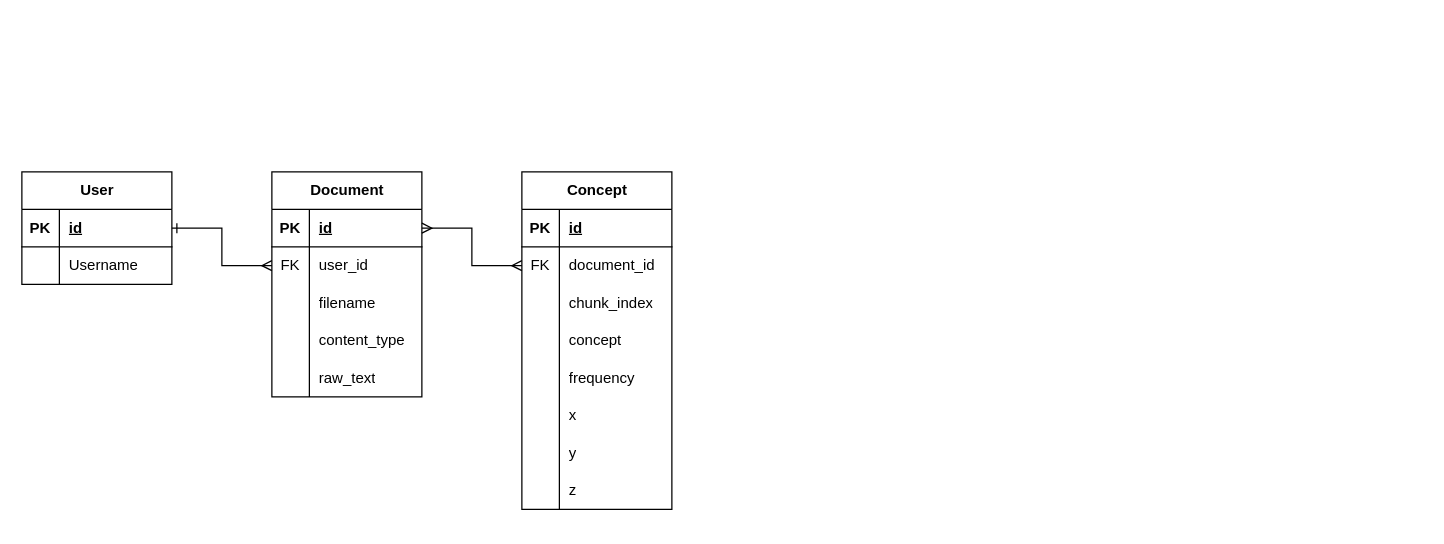
Earlier version of the draw.io diagram misc/Database Diagram.drawio (gerardlke/Project-Onion). Source tidied: cells renumbered, new cells numbered last; positions are measured from the earlier drawing's top-left corner, leaving out a move shared by most shapes. Both pictures are drawn from the tidied source at 125%, with x=0, y=0 at pixel (21, 171).
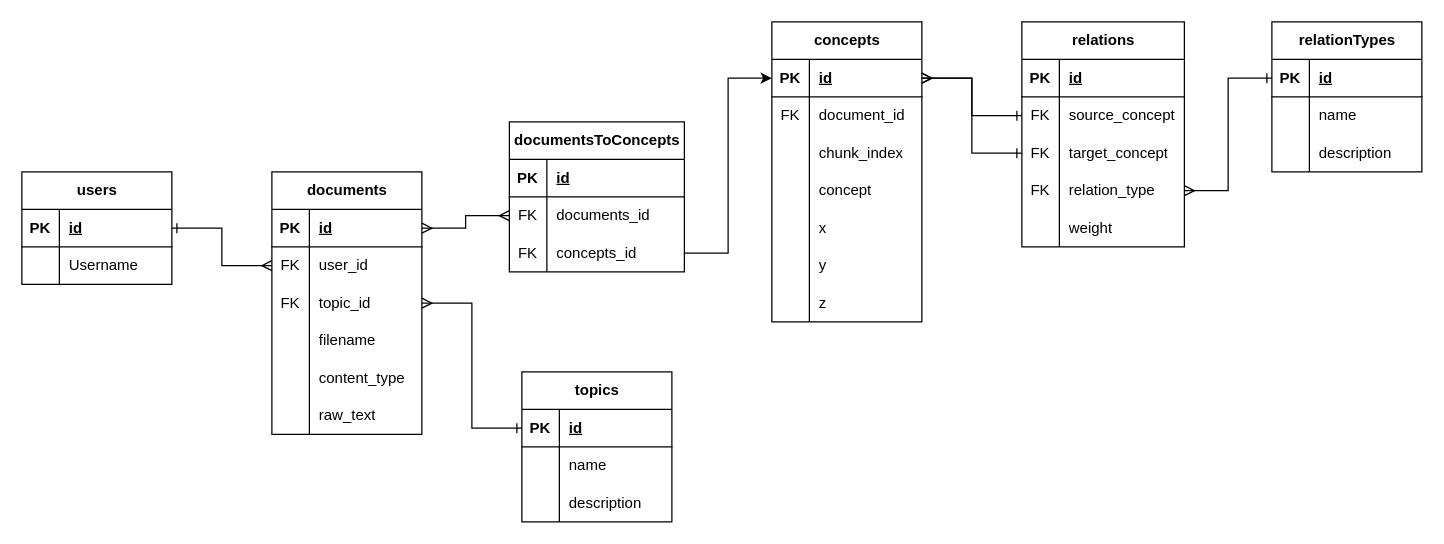
After the change.

Commit message (it also covers changes not shown here):
updated database schema to support concept relationships and improve table relationships

Unchanged cells that the change refers to:
```xml
<mxCell id="10" style="shape=tableRow;horizontal=0;startSize=0;swimlaneHead=0;swimlaneBody=0;fillColor=none;points=[[0,0.5],[1,0.5]];portConstraint=eastwest;top=0;left=0;right=0;bottom=1;" parent="9" vertex="1">
  <mxGeometry y="30" width="120" height="30" as="geometry" />
</mxCell>
<mxCell id="26" style="shape=tableRow;horizontal=0;startSize=0;swimlaneHead=0;swimlaneBody=0;fillColor=none;points=[[0,0.5],[1,0.5]];portConstraint=eastwest;top=0;left=0;right=0;bottom=1;" parent="25" vertex="1">
  <mxGeometry y="30" width="120" height="30" as="geometry" />
</mxCell>
<mxCell id="29" style="shape=tableRow;horizontal=0;startSize=0;swimlaneHead=0;swimlaneBody=0;fillColor=none;points=[[0,0.5],[1,0.5]];portConstraint=eastwest;top=0;left=0;right=0;bottom=0;" parent="25" vertex="1">
  <mxGeometry y="60" width="120" height="30" as="geometry" />
</mxCell>
```

The edit, as a diff of the source:
```diff
@@
-    <mxCell id="2" value="User" style="shape=table;startSize=30;childLayout=tableLayout;rowLines=0;fontStyle=1;align=center;html=1;" parent="1" vertex="1">
+    <mxCell id="2" value="users" style="shape=table;startSize=30;childLayout=tableLayout;rowLines=0;fontStyle=1;align=center;html=1;" parent="1" vertex="1">
       <mxGeometry width="120" height="90" as="geometry" />
     </mxCell>
@@
+    <mxCell id="52" style="edgeStyle=orthogonalEdgeStyle;rounded=0;jettySize=auto;html=1;exitX=1;exitY=0.5;exitDx=0;exitDy=0;entryX=0;entryY=0.5;entryDx=0;entryDy=0;startArrow=ERmany;startFill=0;endArrow=ERone;endFill=0;" parent="1" edge="1" source="9" target="86">
+      <mxGeometry relative="1" as="geometry" />
+    </mxCell>
-    <mxCell id="9" value="Document" style="shape=table;startSize=30;childLayout=tableLayout;rowLines=0;fontStyle=1;align=center;html=1;" parent="1" vertex="1">
-      <mxGeometry x="200" width="120" height="180" as="geometry" />
+    <mxCell id="9" value="documents" style="shape=table;startSize=30;childLayout=tableLayout;rowLines=0;fontStyle=1;align=center;html=1;" parent="1" vertex="1">
+      <mxGeometry x="200" width="120" height="210" as="geometry" />
     </mxCell>
@@
+    <mxCell id="53" style="shape=tableRow;horizontal=0;startSize=0;swimlaneHead=0;swimlaneBody=0;fillColor=none;top=0;left=0;right=0;bottom=0;" parent="9" vertex="1">
+      <mxGeometry y="90" width="120" height="30" as="geometry" />
+    </mxCell>
+    <mxCell id="54" value="FK" style="shape=partialRectangle;fillColor=none;top=0;left=0;bottom=0;right=0;overflow=hidden;whiteSpace=wrap;html=1;" parent="53" vertex="1">
+      <mxGeometry width="30" height="30" as="geometry" />
+    </mxCell>
+    <mxCell id="55" value="topic_id" style="shape=partialRectangle;fillColor=none;top=0;left=0;bottom=0;right=0;align=left;spacingLeft=6;overflow=hidden;whiteSpace=wrap;html=1;" parent="53" vertex="1">
+      <mxGeometry x="30" width="90" height="30" as="geometry" />
+    </mxCell>
     <mxCell id="16" style="shape=tableRow;horizontal=0;startSize=0;swimlaneHead=0;swimlaneBody=0;fillColor=none;top=0;left=0;right=0;bottom=0;" parent="9" vertex="1">
-      <mxGeometry y="90" width="120" height="30" as="geometry" />
+      <mxGeometry y="120" width="120" height="30" as="geometry" />
     </mxCell>
@@
     <mxCell id="19" style="shape=tableRow;horizontal=0;startSize=0;swimlaneHead=0;swimlaneBody=0;fillColor=none;top=0;left=0;right=0;bottom=0;" parent="9" vertex="1">
-      <mxGeometry y="120" width="120" height="30" as="geometry" />
+      <mxGeometry y="150" width="120" height="30" as="geometry" />
     </mxCell>
@@
     <mxCell id="22" style="shape=tableRow;horizontal=0;startSize=0;swimlaneHead=0;swimlaneBody=0;fillColor=none;top=0;left=0;right=0;bottom=0;" parent="9" vertex="1">
-      <mxGeometry y="150" width="120" height="30" as="geometry" />
+      <mxGeometry y="180" width="120" height="30" as="geometry" />
     </mxCell>
@@
-    <mxCell id="25" value="Concept" style="shape=table;startSize=30;childLayout=tableLayout;rowLines=0;fontStyle=1;align=center;html=1;" parent="1" vertex="1">
-      <mxGeometry x="400" width="120" height="270" as="geometry" />
+    <mxCell id="25" value="concepts" style="shape=table;startSize=30;childLayout=tableLayout;rowLines=0;fontStyle=1;align=center;html=1;" parent="1" vertex="1">
+      <mxGeometry x="600" y="-120" width="120" height="240" as="geometry" />
     </mxCell>
@@
-    <mxCell id="38" style="shape=tableRow;horizontal=0;startSize=0;swimlaneHead=0;swimlaneBody=0;fillColor=none;top=0;left=0;right=0;bottom=0;" parent="25" vertex="1">
-      <mxGeometry y="150" width="120" height="30" as="geometry" />
-    </mxCell>
-    <mxCell id="39" style="shape=partialRectangle;fillColor=none;top=0;left=0;bottom=0;right=0;overflow=hidden;whiteSpace=wrap;html=1;" parent="38" vertex="1">
-      <mxGeometry width="30" height="30" as="geometry" />
-    </mxCell>
-    <mxCell id="40" value="frequency" style="shape=partialRectangle;fillColor=none;top=0;left=0;bottom=0;right=0;align=left;spacingLeft=6;overflow=hidden;whiteSpace=wrap;html=1;" parent="38" vertex="1">
-      <mxGeometry x="30" width="90" height="30" as="geometry" />
-    </mxCell>
     <mxCell id="41" style="shape=tableRow;horizontal=0;startSize=0;swimlaneHead=0;swimlaneBody=0;fillColor=none;top=0;left=0;right=0;bottom=0;" parent="25" vertex="1">
-      <mxGeometry y="180" width="120" height="30" as="geometry" />
+      <mxGeometry y="150" width="120" height="30" as="geometry" />
     </mxCell>
@@
     <mxCell id="44" style="shape=tableRow;horizontal=0;startSize=0;swimlaneHead=0;swimlaneBody=0;fillColor=none;top=0;left=0;right=0;bottom=0;" parent="25" vertex="1">
-      <mxGeometry y="210" width="120" height="30" as="geometry" />
+      <mxGeometry y="180" width="120" height="30" as="geometry" />
     </mxCell>
@@
     <mxCell id="47" style="shape=tableRow;horizontal=0;startSize=0;swimlaneHead=0;swimlaneBody=0;fillColor=none;top=0;left=0;right=0;bottom=0;" parent="25" vertex="1">
-      <mxGeometry y="240" width="120" height="30" as="geometry" />
+      <mxGeometry y="210" width="120" height="30" as="geometry" />
     </mxCell>
@@
-    <mxCell id="51" style="edgeStyle=orthogonalEdgeStyle;rounded=0;jettySize=auto;html=1;exitX=1;exitY=0.5;exitDx=0;exitDy=0;startArrow=ERmany;startFill=0;endArrow=ERmany;endFill=0;entryX=0;entryY=0.5;entryDx=0;entryDy=0;" parent="1" edge="1" source="10" target="29">
+    <mxCell id="51" style="edgeStyle=orthogonalEdgeStyle;rounded=0;jettySize=auto;html=1;exitX=1;exitY=0.5;exitDx=0;exitDy=0;startArrow=ERmany;startFill=0;endArrow=ERmany;endFill=0;entryX=0;entryY=0.5;entryDx=0;entryDy=0;" parent="1" edge="1" source="10" target="99">
       <mxGeometry relative="1" as="geometry" />
     </mxCell>
+    <mxCell id="56" value="relations" style="shape=table;startSize=30;childLayout=tableLayout;rowLines=0;fontStyle=1;align=center;html=1;" parent="1" vertex="1">
+      <mxGeometry x="800" y="-120" width="130" height="180" as="geometry" />
+    </mxCell>
+    <mxCell id="57" style="shape=tableRow;horizontal=0;startSize=0;swimlaneHead=0;swimlaneBody=0;fillColor=none;top=0;left=0;right=0;bottom=1;" parent="56" vertex="1">
+      <mxGeometry y="30" width="130" height="30" as="geometry" />
+    </mxCell>
+    <mxCell id="58" value="PK" style="shape=partialRectangle;fillColor=none;top=0;left=0;bottom=0;right=0;fontStyle=1;overflow=hidden;whiteSpace=wrap;html=1;" parent="57" vertex="1">
+      <mxGeometry width="30" height="30" as="geometry" />
+    </mxCell>
+    <mxCell id="59" value="id" style="shape=partialRectangle;fillColor=none;top=0;left=0;bottom=0;right=0;align=left;spacingLeft=6;fontStyle=5;overflow=hidden;whiteSpace=wrap;html=1;" parent="57" vertex="1">
+      <mxGeometry x="30" width="100" height="30" as="geometry" />
+    </mxCell>
+    <mxCell id="60" style="shape=tableRow;horizontal=0;startSize=0;swimlaneHead=0;swimlaneBody=0;fillColor=none;points=[[0,0.5],[1,0.5]];portConstraint=eastwest;top=0;left=0;right=0;bottom=0;" parent="56" vertex="1">
+      <mxGeometry y="60" width="130" height="30" as="geometry" />
+    </mxCell>
+    <mxCell id="61" value="FK" style="shape=partialRectangle;fillColor=none;top=0;left=0;bottom=0;right=0;overflow=hidden;whiteSpace=wrap;html=1;" parent="60" vertex="1">
+      <mxGeometry width="30" height="30" as="geometry" />
+    </mxCell>
+    <mxCell id="62" value="source_concept" style="shape=partialRectangle;fillColor=none;top=0;left=0;bottom=0;right=0;align=left;spacingLeft=6;overflow=hidden;whiteSpace=wrap;html=1;" parent="60" vertex="1">
+      <mxGeometry x="30" width="100" height="30" as="geometry" />
+    </mxCell>
+    <mxCell id="63" style="shape=tableRow;horizontal=0;startSize=0;swimlaneHead=0;swimlaneBody=0;fillColor=none;points=[[0,0.5],[1,0.5]];portConstraint=eastwest;top=0;left=0;right=0;bottom=0;" parent="56" vertex="1">
+      <mxGeometry y="90" width="130" height="30" as="geometry" />
+    </mxCell>
+    <mxCell id="64" value="FK" style="shape=partialRectangle;fillColor=none;top=0;left=0;bottom=0;right=0;overflow=hidden;whiteSpace=wrap;html=1;" parent="63" vertex="1">
+      <mxGeometry width="30" height="30" as="geometry" />
+    </mxCell>
+    <mxCell id="65" value="target_concept" style="shape=partialRectangle;fillColor=none;top=0;left=0;bottom=0;right=0;align=left;spacingLeft=6;overflow=hidden;whiteSpace=wrap;html=1;" parent="63" vertex="1">
+      <mxGeometry x="30" width="100" height="30" as="geometry" />
+    </mxCell>
+    <mxCell id="66" style="shape=tableRow;horizontal=0;startSize=0;swimlaneHead=0;swimlaneBody=0;fillColor=none;points=[[0,0.5],[1,0.5]];portConstraint=eastwest;top=0;left=0;right=0;bottom=0;" parent="56" vertex="1">
+      <mxGeometry y="120" width="130" height="30" as="geometry" />
+    </mxCell>
+    <mxCell id="67" value="FK" style="shape=partialRectangle;fillColor=none;top=0;left=0;bottom=0;right=0;overflow=hidden;whiteSpace=wrap;html=1;" parent="66" vertex="1">
+      <mxGeometry width="30" height="30" as="geometry" />
+    </mxCell>
+    <mxCell id="68" value="relation_type" style="shape=partialRectangle;fillColor=none;top=0;left=0;bottom=0;right=0;align=left;spacingLeft=6;overflow=hidden;whiteSpace=wrap;html=1;" parent="66" vertex="1">
+      <mxGeometry x="30" width="100" height="30" as="geometry" />
+    </mxCell>
+    <mxCell id="69" style="shape=tableRow;horizontal=0;startSize=0;swimlaneHead=0;swimlaneBody=0;fillColor=none;top=0;left=0;right=0;bottom=0;" parent="56" vertex="1">
+      <mxGeometry y="150" width="130" height="30" as="geometry" />
+    </mxCell>
+    <mxCell id="70" style="shape=partialRectangle;fillColor=none;top=0;left=0;bottom=0;right=0;overflow=hidden;whiteSpace=wrap;html=1;" parent="69" vertex="1">
+      <mxGeometry width="30" height="30" as="geometry" />
+    </mxCell>
+    <mxCell id="71" value="weight" style="shape=partialRectangle;fillColor=none;top=0;left=0;bottom=0;right=0;align=left;spacingLeft=6;overflow=hidden;whiteSpace=wrap;html=1;" parent="69" vertex="1">
+      <mxGeometry x="30" width="100" height="30" as="geometry" />
+    </mxCell>
+    <mxCell id="72" value="relationTypes" style="shape=table;startSize=30;childLayout=tableLayout;rowLines=0;fontStyle=1;align=center;html=1;" parent="1" vertex="1">
+      <mxGeometry x="1000" y="-120" width="120" height="120" as="geometry" />
+    </mxCell>
+    <mxCell id="73" style="shape=tableRow;horizontal=0;startSize=0;swimlaneHead=0;swimlaneBody=0;fillColor=none;points=[[0,0.5],[1,0.5]];portConstraint=eastwest;top=0;left=0;right=0;bottom=1;" parent="72" vertex="1">
+      <mxGeometry y="30" width="120" height="30" as="geometry" />
+    </mxCell>
+    <mxCell id="74" value="PK" style="shape=partialRectangle;fillColor=none;top=0;left=0;bottom=0;right=0;fontStyle=1;overflow=hidden;whiteSpace=wrap;html=1;" parent="73" vertex="1">
+      <mxGeometry width="30" height="30" as="geometry" />
+    </mxCell>
+    <mxCell id="75" value="id" style="shape=partialRectangle;fillColor=none;top=0;left=0;bottom=0;right=0;align=left;spacingLeft=6;fontStyle=5;overflow=hidden;whiteSpace=wrap;html=1;" parent="73" vertex="1">
+      <mxGeometry x="30" width="90" height="30" as="geometry" />
+    </mxCell>
+    <mxCell id="76" style="shape=tableRow;horizontal=0;startSize=0;swimlaneHead=0;swimlaneBody=0;fillColor=none;top=0;left=0;right=0;bottom=0;" parent="72" vertex="1">
+      <mxGeometry y="60" width="120" height="30" as="geometry" />
+    </mxCell>
+    <mxCell id="77" style="shape=partialRectangle;fillColor=none;top=0;left=0;bottom=0;right=0;overflow=hidden;whiteSpace=wrap;html=1;" parent="76" vertex="1">
+      <mxGeometry width="30" height="30" as="geometry" />
+    </mxCell>
+    <mxCell id="78" value="name" style="shape=partialRectangle;fillColor=none;top=0;left=0;bottom=0;right=0;align=left;spacingLeft=6;overflow=hidden;whiteSpace=wrap;html=1;" parent="76" vertex="1">
+      <mxGeometry x="30" width="90" height="30" as="geometry" />
+    </mxCell>
+    <mxCell id="79" style="shape=tableRow;horizontal=0;startSize=0;swimlaneHead=0;swimlaneBody=0;fillColor=none;top=0;left=0;right=0;bottom=0;" parent="72" vertex="1">
+      <mxGeometry y="90" width="120" height="30" as="geometry" />
+    </mxCell>
+    <mxCell id="80" style="shape=partialRectangle;fillColor=none;top=0;left=0;bottom=0;right=0;overflow=hidden;whiteSpace=wrap;html=1;" parent="79" vertex="1">
+      <mxGeometry width="30" height="30" as="geometry" />
+    </mxCell>
+    <mxCell id="81" value="description" style="shape=partialRectangle;fillColor=none;top=0;left=0;bottom=0;right=0;align=left;spacingLeft=6;overflow=hidden;whiteSpace=wrap;html=1;" parent="79" vertex="1">
+      <mxGeometry x="30" width="90" height="30" as="geometry" />
+    </mxCell>
+    <mxCell id="82" style="edgeStyle=orthogonalEdgeStyle;rounded=0;jettySize=auto;html=1;exitX=0;exitY=0.5;exitDx=0;exitDy=0;entryX=1;entryY=0.5;entryDx=0;entryDy=0;startArrow=ERone;startFill=0;endArrow=ERmany;endFill=0;" parent="1" edge="1" source="60" target="26">
+      <mxGeometry relative="1" as="geometry" />
+    </mxCell>
+    <mxCell id="83" style="edgeStyle=orthogonalEdgeStyle;rounded=0;jettySize=auto;html=1;exitX=0;exitY=0.5;exitDx=0;exitDy=0;entryX=1;entryY=0.5;entryDx=0;entryDy=0;startArrow=ERone;startFill=0;endArrow=ERmany;endFill=0;" parent="1" edge="1" source="63" target="26">
+      <mxGeometry relative="1" as="geometry" />
+    </mxCell>
+    <mxCell id="84" style="edgeStyle=orthogonalEdgeStyle;rounded=0;jettySize=auto;html=1;exitX=1;exitY=0.5;exitDx=0;exitDy=0;entryX=0;entryY=0.5;entryDx=0;entryDy=0;startArrow=ERmany;startFill=0;endArrow=ERone;endFill=0;" parent="1" edge="1" source="66" target="73">
+      <mxGeometry relative="1" as="geometry" />
+    </mxCell>
+    <mxCell id="85" value="topics" style="shape=table;startSize=30;childLayout=tableLayout;rowLines=0;fontStyle=1;align=center;html=1;" parent="1" vertex="1">
+      <mxGeometry x="400" y="160" width="120" height="120" as="geometry" />
+    </mxCell>
+    <mxCell id="86" style="shape=tableRow;horizontal=0;startSize=0;swimlaneHead=0;swimlaneBody=0;fillColor=none;points=[[0,0.5],[1,0.5]];portConstraint=eastwest;top=0;left=0;right=0;bottom=1;" parent="85" vertex="1">
+      <mxGeometry y="30" width="120" height="30" as="geometry" />
+    </mxCell>
+    <mxCell id="87" value="PK" style="shape=partialRectangle;fillColor=none;top=0;left=0;bottom=0;right=0;fontStyle=1;overflow=hidden;whiteSpace=wrap;html=1;" parent="86" vertex="1">
+      <mxGeometry width="30" height="30" as="geometry" />
+    </mxCell>
+    <mxCell id="88" value="id" style="shape=partialRectangle;fillColor=none;top=0;left=0;bottom=0;right=0;align=left;spacingLeft=6;fontStyle=5;overflow=hidden;whiteSpace=wrap;html=1;" parent="86" vertex="1">
+      <mxGeometry x="30" width="90" height="30" as="geometry" />
+    </mxCell>
+    <mxCell id="89" style="shape=tableRow;horizontal=0;startSize=0;swimlaneHead=0;swimlaneBody=0;fillColor=none;top=0;left=0;right=0;bottom=0;" parent="85" vertex="1">
+      <mxGeometry y="60" width="120" height="30" as="geometry" />
+    </mxCell>
+    <mxCell id="90" style="shape=partialRectangle;fillColor=none;top=0;left=0;bottom=0;right=0;overflow=hidden;whiteSpace=wrap;html=1;" parent="89" vertex="1">
+      <mxGeometry width="30" height="30" as="geometry" />
+    </mxCell>
+    <mxCell id="91" value="name" style="shape=partialRectangle;fillColor=none;top=0;left=0;bottom=0;right=0;align=left;spacingLeft=6;overflow=hidden;whiteSpace=wrap;html=1;" parent="89" vertex="1">
+      <mxGeometry x="30" width="90" height="30" as="geometry" />
+    </mxCell>
+    <mxCell id="92" style="shape=tableRow;horizontal=0;startSize=0;swimlaneHead=0;swimlaneBody=0;fillColor=none;top=0;left=0;right=0;bottom=0;" parent="85" vertex="1">
+      <mxGeometry y="90" width="120" height="30" as="geometry" />
+    </mxCell>
+    <mxCell id="93" style="shape=partialRectangle;fillColor=none;top=0;left=0;bottom=0;right=0;overflow=hidden;whiteSpace=wrap;html=1;" parent="92" vertex="1">
+      <mxGeometry width="30" height="30" as="geometry" />
+    </mxCell>
+    <mxCell id="94" value="description" style="shape=partialRectangle;fillColor=none;top=0;left=0;bottom=0;right=0;align=left;spacingLeft=6;overflow=hidden;whiteSpace=wrap;html=1;" parent="92" vertex="1">
+      <mxGeometry x="30" width="90" height="30" as="geometry" />
+    </mxCell>
+    <mxCell id="95" value="documentsToConcepts" style="shape=table;startSize=30;childLayout=tableLayout;rowLines=0;fontStyle=1;align=center;html=1;" parent="1" vertex="1">
+      <mxGeometry x="390" y="-40" width="140" height="120" as="geometry" />
+    </mxCell>
+    <mxCell id="96" style="shape=tableRow;horizontal=0;startSize=0;swimlaneHead=0;swimlaneBody=0;fillColor=none;top=0;left=0;right=0;bottom=1;" parent="95" vertex="1">
+      <mxGeometry y="30" width="140" height="30" as="geometry" />
+    </mxCell>
+    <mxCell id="97" value="PK" style="shape=partialRectangle;fillColor=none;top=0;left=0;bottom=0;right=0;fontStyle=1;overflow=hidden;whiteSpace=wrap;html=1;" parent="96" vertex="1">
+      <mxGeometry width="30" height="30" as="geometry" />
+    </mxCell>
+    <mxCell id="98" value="id" style="shape=partialRectangle;fillColor=none;top=0;left=0;bottom=0;right=0;align=left;spacingLeft=6;fontStyle=5;overflow=hidden;whiteSpace=wrap;html=1;" parent="96" vertex="1">
+      <mxGeometry x="30" width="110" height="30" as="geometry" />
+    </mxCell>
+    <mxCell id="99" style="shape=tableRow;horizontal=0;startSize=0;swimlaneHead=0;swimlaneBody=0;fillColor=none;points=[[0,0.5],[1,0.5]];portConstraint=eastwest;top=0;left=0;right=0;bottom=0;" parent="95" vertex="1">
+      <mxGeometry y="60" width="140" height="30" as="geometry" />
+    </mxCell>
+    <mxCell id="100" value="FK" style="shape=partialRectangle;fillColor=none;top=0;left=0;bottom=0;right=0;overflow=hidden;whiteSpace=wrap;html=1;" parent="99" vertex="1">
+      <mxGeometry width="30" height="30" as="geometry" />
+    </mxCell>
+    <mxCell id="101" value="documents_id" style="shape=partialRectangle;fillColor=none;top=0;left=0;bottom=0;right=0;align=left;spacingLeft=6;overflow=hidden;whiteSpace=wrap;html=1;" parent="99" vertex="1">
+      <mxGeometry x="30" width="110" height="30" as="geometry" />
+    </mxCell>
+    <mxCell id="102" style="shape=tableRow;horizontal=0;startSize=0;swimlaneHead=0;swimlaneBody=0;fillColor=none;points=[[0,0.5],[1,0.5]];portConstraint=eastwest;top=0;left=0;right=0;bottom=0;" parent="95" vertex="1">
+      <mxGeometry y="90" width="140" height="30" as="geometry" />
+    </mxCell>
+    <mxCell id="103" value="FK" style="shape=partialRectangle;fillColor=none;top=0;left=0;bottom=0;right=0;overflow=hidden;whiteSpace=wrap;html=1;" parent="102" vertex="1">
+      <mxGeometry width="30" height="30" as="geometry" />
+    </mxCell>
+    <mxCell id="104" value="concepts_id" style="shape=partialRectangle;fillColor=none;top=0;left=0;bottom=0;right=0;align=left;spacingLeft=6;overflow=hidden;whiteSpace=wrap;html=1;" parent="102" vertex="1">
+      <mxGeometry x="30" width="110" height="30" as="geometry" />
+    </mxCell>
+    <mxCell id="105" style="edgeStyle=orthogonalEdgeStyle;rounded=0;jettySize=auto;html=1;exitX=1;exitY=0.5;exitDx=0;exitDy=0;entryX=0;entryY=0.5;entryDx=0;entryDy=0;" parent="1" edge="1" source="102" target="26">
+      <mxGeometry relative="1" as="geometry" />
+    </mxCell>
```
